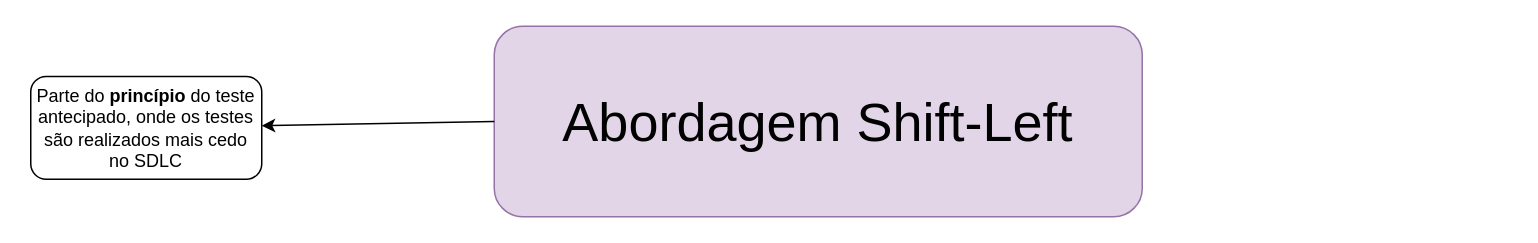
Above: page "Subtopico 2.1.5" (6 of 6) of capitulo2.drawio in Natalirodriguess/estudos (draw.io), before the change. Source tidied: cells renumbered, new cells numbered last; positions are measured from the earlier drawing's top-left corner, leaving out a move shared by most shapes. Both pictures are drawn from the tidied source at 150%, with x=0, y=0 at pixel (30, 26).
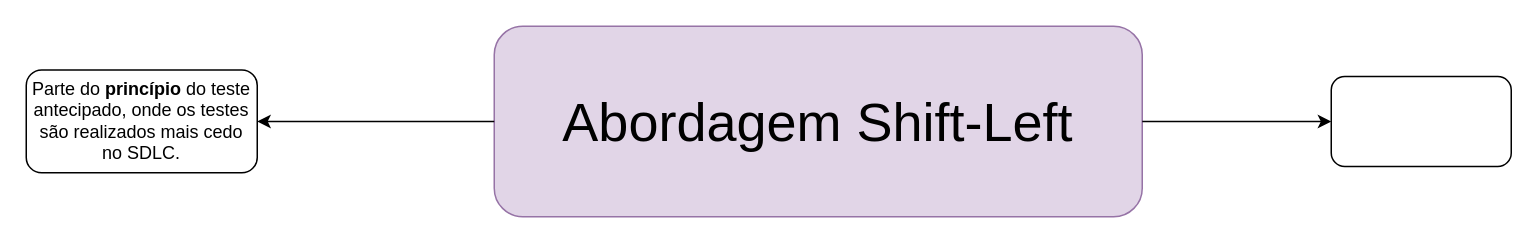
After the change.

The edit, as a diff of the source:
```diff
@@
 <mxGraphModel>
   <root>
     <mxCell id="0" />
     <mxCell id="1" parent="0" />
     <mxCell id="2" value="&lt;font style=&quot;font-size: 36px;&quot;&gt; Abordagem Shift-Left&lt;/font&gt;" style="rounded=1;whiteSpace=wrap;html=1;fillColor=#e1d5e7;strokeColor=#9673a6;" parent="1" vertex="1">
       <mxGeometry x="309" width="432" height="127" as="geometry" />
     </mxCell>
     <mxCell id="3" style="endArrow=classic;html=1;rounded=0;exitX=0;exitY=0.5;exitDx=0;exitDy=0;" parent="1" edge="1" source="2" target="4">
       <mxGeometry relative="1" as="geometry" />
     </mxCell>
-    <mxCell id="4" value="Parte do &lt;b&gt;princípio &lt;/b&gt;do teste antecipado, onde os testes são realizados mais cedo no SDLC" style="rounded=1;whiteSpace=wrap;html=1;" parent="1" vertex="1">
-      <mxGeometry y="33.5" width="154" height="68.5" as="geometry" />
+    <mxCell id="4" value="Parte do &lt;b&gt;princípio &lt;/b&gt;do teste antecipado, onde os testes são realizados mais cedo no SDLC." style="rounded=1;whiteSpace=wrap;html=1;" parent="1" vertex="1">
+      <mxGeometry x="-3" y="29.2" width="154" height="68.5" as="geometry" />
     </mxCell>
+    <mxCell id="5" style="endArrow=classic;html=1;rounded=0;exitX=1;exitY=0.5;exitDx=0;exitDy=0;entryX=0;entryY=0.5;entryDx=0;entryDy=0;" parent="1" edge="1" source="2" target="6">
+      <mxGeometry relative="1" as="geometry" />
+    </mxCell>
+    <mxCell id="6" style="rounded=1;whiteSpace=wrap;html=1;" parent="1" vertex="1">
+      <mxGeometry x="867" y="33.5" width="120" height="60" as="geometry" />
+    </mxCell>
   </root>
 </mxGraphModel>
```
